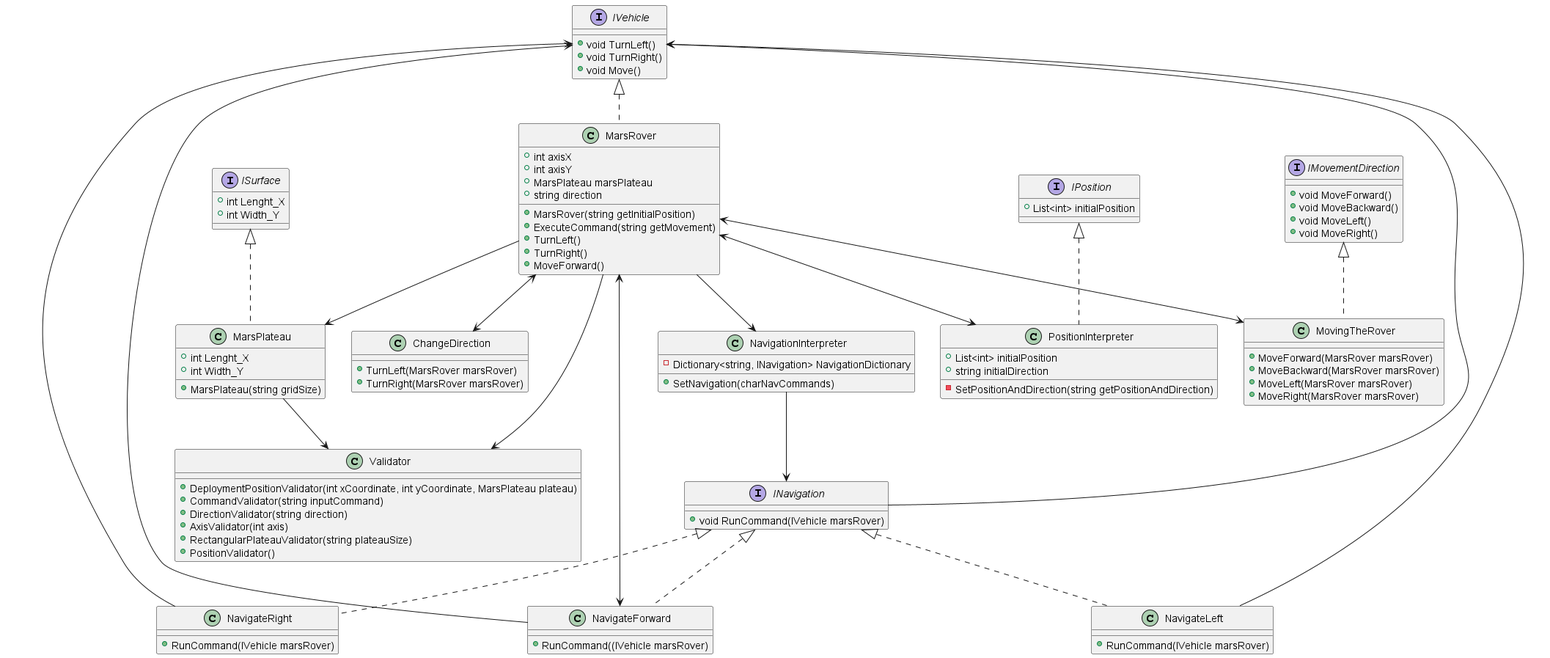
Before: Mars-Rover-Project/UML-Diagram/MarsRover_Kata_UML.png, a diagram exported from PlantUML (vahidkianfar/Mars-Rover-Project).
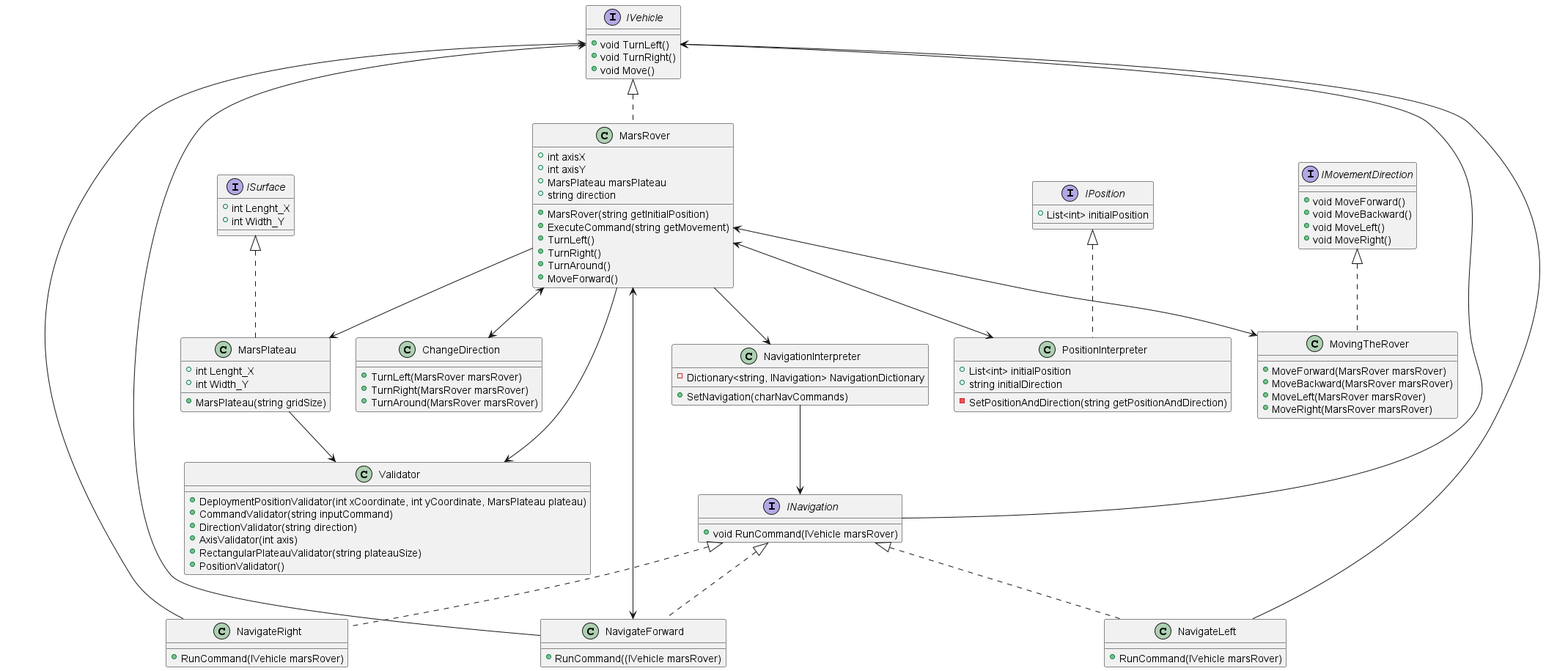
Above is the later version.

The edit, as a diff of the source:
```diff
@@ -41,6 +41,7 @@
 + ExecuteCommand(string getMovement)
 + TurnLeft()
 + TurnRight()
++ TurnAround()
 + MoveForward()
 }
 class MarsPlateau implements ISurface
@@ -77,6 +78,7 @@
 {
 + TurnLeft(MarsRover marsRover)
 + TurnRight(MarsRover marsRover)
++ TurnAround(MarsRover marsRover)
 }
 
 class MovingTheRover implements IMovementDirection
```
